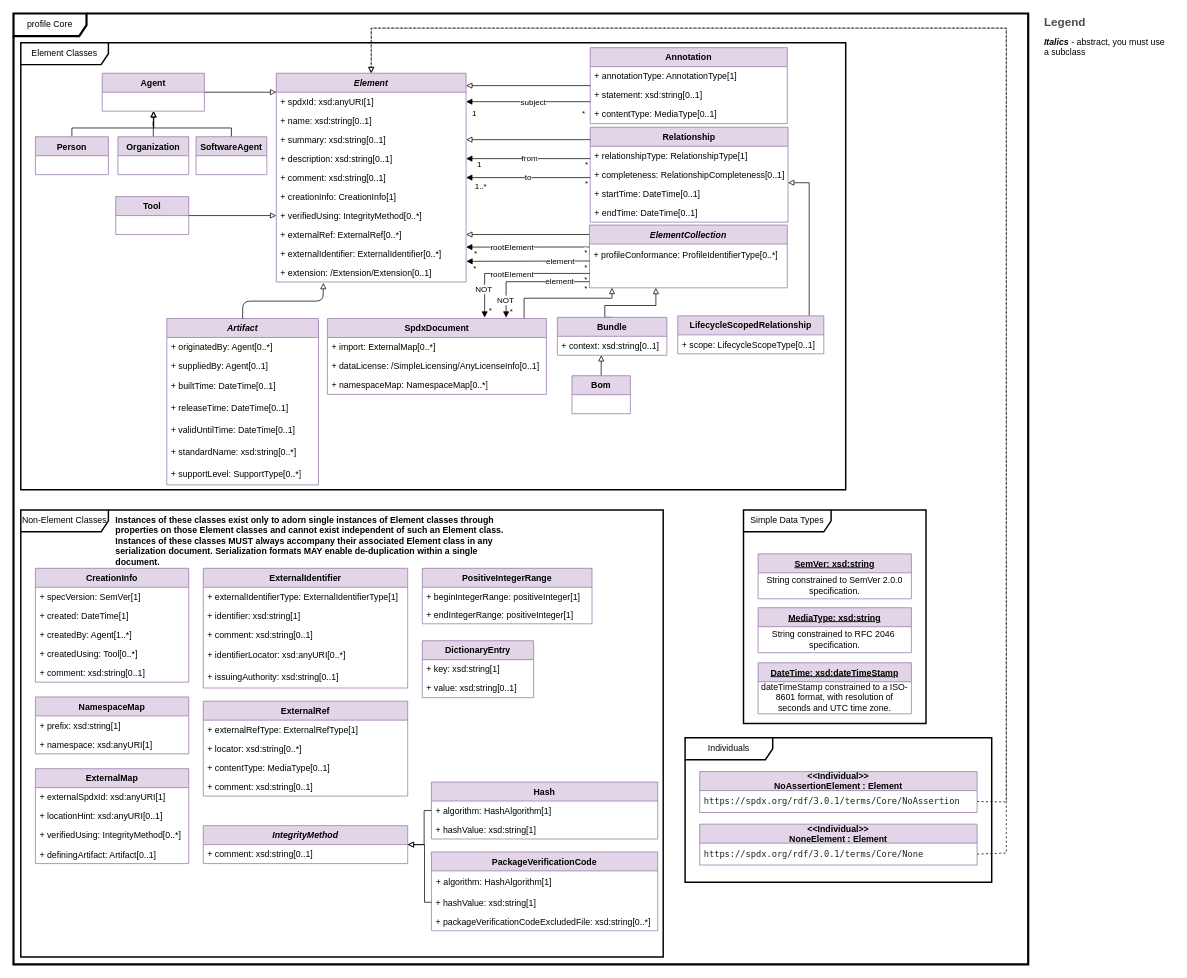
Earlier version of the draw.io diagram page "Core" (1 of 11) of model.drawio (spdx/spdx-3-model). Source tidied: cells renumbered, new cells numbered last; positions are measured from the earlier drawing's top-left corner, leaving out a move shared by most shapes. Both pictures are drawn from the tidied source at 73%, with x=0, y=0 at pixel (13, 13).
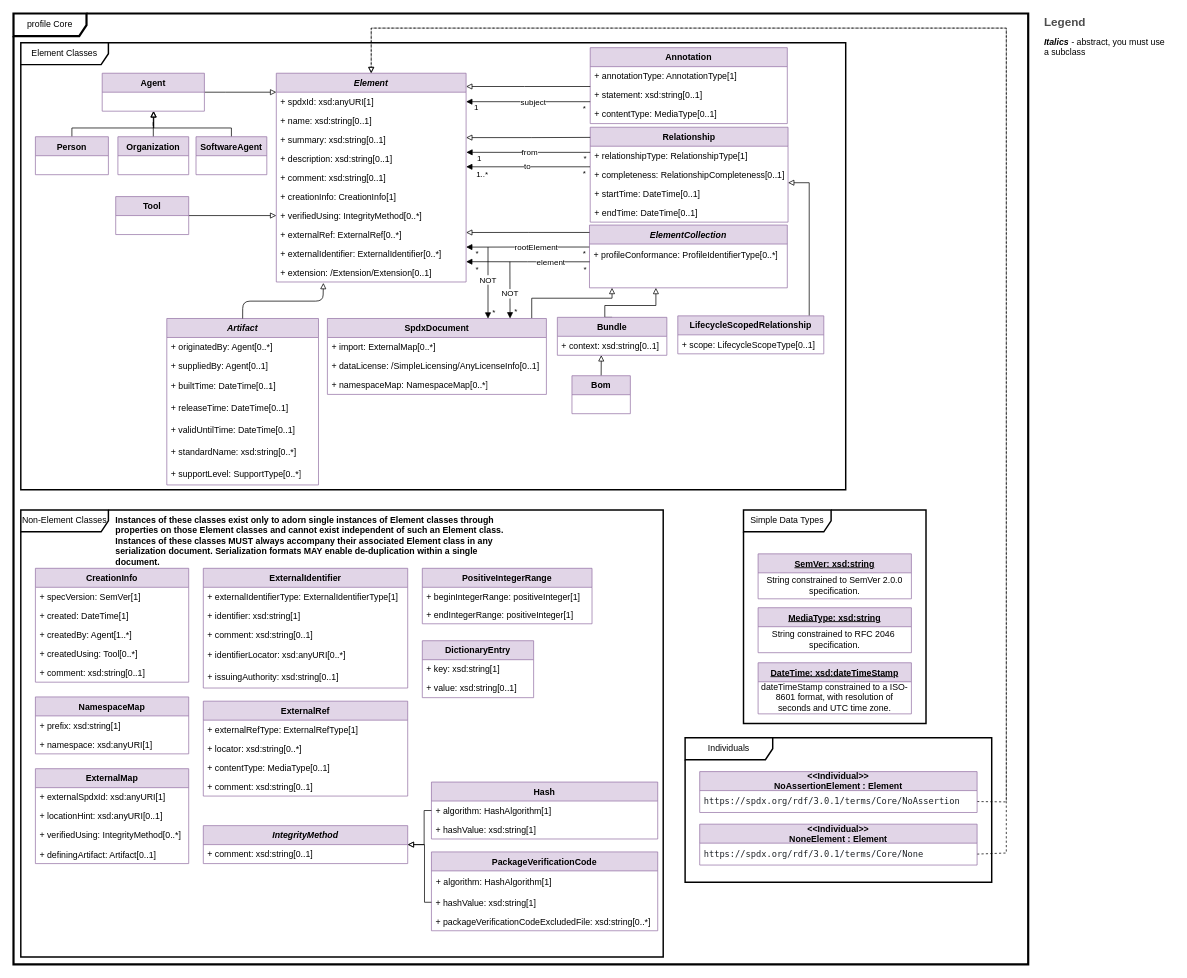
The same page after the edit.

Commit message (it also covers changes not shown here):
Merge again rootElement arrows, element arrows

The change refers to these unchanged cells:
```xml
<mxCell id="5" value="Element" style="swimlane;fontStyle=3;horizontal=1;startSize=26;fillColor=#e1d5e7;strokeColor=#9673a6;" parent="1" vertex="1">
  <mxGeometry x="360" y="81.8" width="260" height="286" as="geometry" />
</mxCell>
<mxCell id="8" value="+ summary: xsd:string[0..1]" style="text;strokeColor=none;fillColor=none;align=left;verticalAlign=top;spacingLeft=4;spacingRight=4;overflow=hidden;points=[[0,0.5],[1,0.5]];portConstraint=eastwest;" parent="5" vertex="1">
  <mxGeometry y="78" width="260" height="26" as="geometry" />
</mxCell>
<mxCell id="9" value="+ description: xsd:string[0..1]" style="text;strokeColor=none;fillColor=none;align=left;verticalAlign=top;spacingLeft=4;spacingRight=4;overflow=hidden;points=[[0,0.5],[1,0.5]];portConstraint=eastwest;" parent="5" vertex="1">
  <mxGeometry y="104" width="260" height="26" as="geometry" />
</mxCell>
<mxCell id="10" value="+ comment: xsd:string[0..1]" style="text;strokeColor=none;fillColor=none;align=left;verticalAlign=top;spacingLeft=4;spacingRight=4;overflow=hidden;points=[[0,0.5],[1,0.5]];portConstraint=eastwest;" parent="5" vertex="1">
  <mxGeometry y="130" width="260" height="26" as="geometry" />
</mxCell>
<mxCell id="13" value="+ externalRef: ExternalRef[0..*]" style="text;strokeColor=none;fillColor=none;align=left;verticalAlign=top;spacingLeft=4;spacingRight=4;overflow=hidden;points=[[0,0.5],[1,0.5]];portConstraint=eastwest;fontColor=#000000;" parent="5" vertex="1">
  <mxGeometry y="208" width="260" height="26" as="geometry" />
</mxCell>
<mxCell id="24" value="Annotation" style="swimlane;fontStyle=1;horizontal=1;startSize=26;fillColor=#e1d5e7;strokeColor=#9673a6;" parent="1" vertex="1">
  <mxGeometry x="790" y="46.8" width="270" height="104" as="geometry" />
</mxCell>
<mxCell id="28" value="Relationship" style="swimlane;fontStyle=1;horizontal=1;startSize=26;fillColor=#e1d5e7;strokeColor=#9673a6;" parent="1" vertex="1">
  <mxGeometry x="790" y="155.8" width="271" height="130" as="geometry" />
</mxCell>
<mxCell id="30" value="+ completeness: RelationshipCompleteness[0..1]" style="text;strokeColor=none;fillColor=none;align=left;verticalAlign=top;spacingLeft=4;spacingRight=4;overflow=hidden;points=[[0,0.5],[1,0.5]];portConstraint=eastwest;" parent="28" vertex="1">
  <mxGeometry y="52" width="271" height="26" as="geometry" />
</mxCell>
<mxCell id="33" value="ElementCollection" style="swimlane;fontStyle=3;horizontal=1;startSize=26;fillColor=#e1d5e7;strokeColor=#9673a6;" parent="1" vertex="1">
  <mxGeometry x="789" y="289.8" width="271" height="86" as="geometry" />
</mxCell>
<mxCell id="34" value="+ profileConformance: ProfileIdentifierType[0..*]" style="text;strokeColor=none;fillColor=none;align=left;verticalAlign=middle;spacingLeft=4;spacingRight=4;overflow=hidden;points=[[0,0.5],[1,0.5]];portConstraint=eastwest;whiteSpace=wrap;html=1;fontColor=#000000;" parent="33" vertex="1">
  <mxGeometry y="26" width="271" height="30" as="geometry" />
</mxCell>
<mxCell id="35" value="&lt;font color=&quot;#000000&quot;&gt;&amp;nbsp;&lt;/font&gt;" style="text;strokeColor=none;fillColor=none;align=left;verticalAlign=middle;spacingLeft=4;spacingRight=4;overflow=hidden;points=[[0,0.5],[1,0.5]];portConstraint=eastwest;whiteSpace=wrap;html=1;fontColor=#FF0000;" parent="33" vertex="1">
  <mxGeometry y="56" width="271" height="30" as="geometry" />
</mxCell>
<mxCell id="47" style="edgeStyle=orthogonalEdgeStyle;rounded=0;jettySize=auto;html=1;endArrow=block;endFill=1;exitX=-0.001;exitY=0.136;exitDx=0;exitDy=0;exitPerimeter=0;" parent="1" edge="1" source="34">
  <mxGeometry relative="1" as="geometry">
    <mxPoint x="620" y="320" as="targetPoint" />
  </mxGeometry>
</mxCell>
<mxCell id="51" style="edgeStyle=orthogonalEdgeStyle;rounded=0;jettySize=auto;html=1;endArrow=block;endFill=1;entryX=1;entryY=0.5;entryDx=0;entryDy=0;" parent="1" edge="1" source="24" target="6">
  <mxGeometry relative="1" as="geometry">
    <Array as="points">
      <mxPoint x="860" y="120.8" />
      <mxPoint x="860" y="120.8" />
    </Array>
  </mxGeometry>
</mxCell>
<mxCell id="69" value="SpdxDocument" style="swimlane;fontStyle=1;horizontal=1;startSize=26;fillColor=#e1d5e7;strokeColor=#9673a6;" parent="1" vertex="1">
  <mxGeometry x="430" y="417.8" width="300" height="104" as="geometry" />
</mxCell>
```

Change to the diagram source:
```diff
@@
-    <mxCell id="36" style="edgeStyle=orthogonalEdgeStyle;rounded=0;jettySize=auto;html=1;endArrow=block;endFill=1;entryX=1;entryY=0.5;entryDx=0;entryDy=0;" parent="1" edge="1" target="9">
+    <mxCell id="36" style="edgeStyle=orthogonalEdgeStyle;rounded=0;jettySize=auto;html=1;endArrow=block;endFill=1;entryX=1.001;entryY=0.169;entryDx=0;entryDy=0;entryPerimeter=0;" parent="1" edge="1" target="9">
       <mxGeometry relative="1" as="geometry">
-        <mxPoint x="790" y="198.8" as="sourcePoint" />
+        <mxPoint x="790" y="190" as="sourcePoint" />
         <Array as="points">
-          <mxPoint x="790" y="198.8" />
+          <mxPoint x="790" y="190" />
+          <mxPoint x="620" y="190" />
         </Array>
       </mxGeometry>
     </mxCell>
@@
     <mxCell id="39" value="*" style="edgeLabel;html=1;align=center;verticalAlign=middle;fontSize=11;" parent="36" vertex="1">
       <mxGeometry x="-0.93" y="-1" relative="1" as="geometry">
-        <mxPoint y="9" as="offset" />
+        <mxPoint x="-2" y="9" as="offset" />
       </mxGeometry>
     </mxCell>
-    <mxCell id="40" style="edgeStyle=orthogonalEdgeStyle;rounded=0;jettySize=auto;html=1;endArrow=block;endFill=1;entryX=1;entryY=0.5;entryDx=0;entryDy=0;" parent="1" edge="1" source="28" target="10">
+    <mxCell id="40" style="edgeStyle=orthogonalEdgeStyle;rounded=0;jettySize=auto;html=1;endArrow=block;endFill=1;exitX=-0.001;exitY=0.074;exitDx=0;exitDy=0;exitPerimeter=0;" parent="1" edge="1" source="30">
       <mxGeometry relative="1" as="geometry">
+        <mxPoint x="620" y="210" as="targetPoint" />
         <Array as="points">
-          <mxPoint x="750" y="224.8" />
-          <mxPoint x="750" y="224.8" />
+          <mxPoint x="620" y="210" />
         </Array>
       </mxGeometry>
     </mxCell>
     <mxCell id="41" value="1..*" style="edgeLabel;html=1;align=center;verticalAlign=middle;" parent="40" vertex="1">
       <mxGeometry x="0.76" y="-1" relative="1" as="geometry">
-        <mxPoint x="-1" y="13" as="offset" />
+        <mxPoint x="1" y="10" as="offset" />
       </mxGeometry>
     </mxCell>
@@
     <mxCell id="43" value="*" style="edgeLabel;html=1;align=center;verticalAlign=middle;fontSize=11;" parent="40" vertex="1">
       <mxGeometry x="-0.93" y="-1" relative="1" as="geometry">
-        <mxPoint y="9" as="offset" />
+        <mxPoint x="-2" y="9" as="offset" />
       </mxGeometry>
     </mxCell>
@@
-    <mxCell id="45" value="&lt;div&gt;&lt;br&gt;&lt;/div&gt;&lt;div&gt;&lt;br&gt;&lt;/div&gt;" style="endArrow=block;endSize=6;endFill=0;html=1;rounded=0;entryX=1;entryY=0.5;entryDx=0;entryDy=0;" parent="1" edge="1" target="8">
+    <mxCell id="45" value="&lt;div&gt;&lt;br&gt;&lt;/div&gt;&lt;div&gt;&lt;br&gt;&lt;/div&gt;" style="endArrow=block;endSize=6;endFill=0;html=1;rounded=0;exitX=0;exitY=0.107;exitDx=0;exitDy=0;exitPerimeter=0;" parent="1" edge="1" source="28">
       <mxGeometry relative="1" as="geometry">
-        <mxPoint x="790" y="172.8" as="sourcePoint" />
+        <mxPoint x="620" y="170" as="targetPoint" />
+        <Array as="points">
+          <mxPoint x="710" y="170" />
+        </Array>
       </mxGeometry>
     </mxCell>
-    <mxCell id="46" style="edgeStyle=orthogonalEdgeStyle;rounded=0;jettySize=auto;html=1;startSize=6;endArrow=block;endFill=0;endSize=6;entryX=1;entryY=0.5;entryDx=0;entryDy=0;exitX=-0.002;exitY=0.151;exitDx=0;exitDy=0;exitPerimeter=0;" parent="1" edge="1" source="33" target="13">
-      <mxGeometry relative="1" as="geometry" />
+    <mxCell id="46" style="edgeStyle=orthogonalEdgeStyle;rounded=0;jettySize=auto;html=1;startSize=6;endArrow=block;endFill=0;endSize=6;exitX=0;exitY=0.118;exitDx=0;exitDy=0;exitPerimeter=0;" parent="1" edge="1" source="33">
+      <mxGeometry relative="1" as="geometry">
+        <mxPoint x="620" y="300" as="targetPoint" />
+      </mxGeometry>
     </mxCell>
@@
     <mxCell id="48" value="*" style="edgeLabel;html=1;align=center;verticalAlign=middle;" parent="47" vertex="1">
       <mxGeometry x="-0.9" y="4" relative="1" as="geometry">
-        <mxPoint x="3" y="3" as="offset" />
+        <mxPoint x="1" y="4" as="offset" />
       </mxGeometry>
     </mxCell>
     <mxCell id="49" value="*" style="edgeLabel;html=1;align=center;verticalAlign=middle;" parent="47" vertex="1">
       <mxGeometry x="0.87" y="1" relative="1" as="geometry">
-        <mxPoint x="1" y="6" as="offset" />
+        <mxPoint x="3" y="7" as="offset" />
       </mxGeometry>
     </mxCell>
     <mxCell id="50" value="rootElement" style="edgeLabel;html=1;align=center;verticalAlign=middle;" parent="47" vertex="1">
       <mxGeometry x="0.48" y="1" relative="1" as="geometry">
-        <mxPoint x="18" y="-2" as="offset" />
+        <mxPoint x="51" y="-2" as="offset" />
       </mxGeometry>
     </mxCell>
@@
     <mxCell id="52" value="*" style="edgeLabel;html=1;align=center;verticalAlign=middle;" parent="51" vertex="1">
       <mxGeometry x="0.89" y="-1" relative="1" as="geometry">
-        <mxPoint x="151" y="17" as="offset" />
+        <mxPoint x="152" y="10" as="offset" />
       </mxGeometry>
     </mxCell>
     <mxCell id="53" value="1" style="edgeLabel;html=1;align=center;verticalAlign=middle;" parent="51" vertex="1">
       <mxGeometry x="-0.94" y="-3" relative="1" as="geometry">
-        <mxPoint x="-155" y="19" as="offset" />
+        <mxPoint x="-152" y="11" as="offset" />
       </mxGeometry>
     </mxCell>
@@
     <mxCell id="55" style="edgeStyle=orthogonalEdgeStyle;rounded=0;jettySize=auto;html=1;endArrow=block;endFill=0;" parent="1" edge="1" source="24" target="5">
       <mxGeometry relative="1" as="geometry">
         <Array as="points">
-          <mxPoint x="900" y="86.8" />
-          <mxPoint x="900" y="86.8" />
+          <mxPoint x="700" y="100" />
+          <mxPoint x="700" y="100" />
         </Array>
       </mxGeometry>
     </mxCell>
@@
-    <mxCell id="58" style="edgeStyle=orthogonalEdgeStyle;rounded=0;orthogonalLoop=1;jettySize=auto;html=1;endArrow=block;endFill=1;entryX=1.001;entryY=0.835;entryDx=0;entryDy=0;entryPerimeter=0;" parent="1" edge="1">
+    <mxCell id="58" style="edgeStyle=orthogonalEdgeStyle;rounded=0;jettySize=auto;html=1;endArrow=block;endFill=1;exitX=0.001;exitY=0.811;exitDx=0;exitDy=0;exitPerimeter=0;" parent="1" edge="1" source="34">
       <mxGeometry x="-0.18" relative="1" as="geometry">
-        <mxPoint x="789" y="339" as="sourcePoint" />
-        <mxPoint x="620.3" y="339.5" as="targetPoint" />
+        <mxPoint x="620" y="340" as="targetPoint" />
         <Array as="points">
-          <mxPoint x="789" y="339" />
-          <mxPoint x="640" y="339" />
+          <mxPoint x="704" y="340" />
+          <mxPoint x="621" y="340" />
         </Array>
       </mxGeometry>
     </mxCell>
     <mxCell id="59" value="*" style="edgeLabel;html=1;align=center;verticalAlign=middle;labelBackgroundColor=none;" parent="58" vertex="1">
       <mxGeometry x="0.79" y="-3" relative="1" as="geometry">
-        <mxPoint x="-6" y="12" as="offset" />
+        <mxPoint x="-4" y="12" as="offset" />
       </mxGeometry>
     </mxCell>
     <mxCell id="60" value="*" style="edgeLabel;html=1;align=center;verticalAlign=middle;" parent="58" vertex="1">
       <mxGeometry x="-0.9" relative="1" as="geometry">
-        <mxPoint x="2" y="8" as="offset" />
+        <mxPoint x="1" y="9" as="offset" />
       </mxGeometry>
     </mxCell>
     <mxCell id="61" value="element" style="edgeLabel;html=1;align=center;verticalAlign=middle;" parent="58" vertex="1">
       <mxGeometry x="-0.38" y="1" relative="1" as="geometry">
-        <mxPoint x="11" y="-1" as="offset" />
+        <mxPoint x="-2" y="-1" as="offset" />
       </mxGeometry>
     </mxCell>
@@
-    <mxCell id="68" style="edgeStyle=orthogonalEdgeStyle;rounded=0;jettySize=auto;html=1;endArrow=block;endFill=0;exitX=0.898;exitY=0.01;exitDx=0;exitDy=0;exitPerimeter=0;entryX=0.114;entryY=0.999;entryDx=0;entryDy=0;entryPerimeter=0;" parent="1" edge="1" source="69" target="35">
+    <mxCell id="68" style="edgeStyle=orthogonalEdgeStyle;rounded=0;jettySize=auto;html=1;endArrow=block;endFill=0;exitX=0.933;exitY=-0.001;exitDx=0;exitDy=0;exitPerimeter=0;entryX=0.114;entryY=0.999;entryDx=0;entryDy=0;entryPerimeter=0;" parent="1" edge="1" source="69" target="35">
       <mxGeometry relative="1" as="geometry">
         <Array as="points">
-          <mxPoint x="699" y="390" />
+          <mxPoint x="710" y="390" />
           <mxPoint x="820" y="390" />
         </Array>
       </mxGeometry>
     </mxCell>
@@
-    <mxCell id="126" style="edgeStyle=orthogonalEdgeStyle;rounded=0;jettySize=auto;html=1;endArrow=block;endFill=1;entryX=0.718;entryY=-0.011;entryDx=0;entryDy=0;exitX=0.002;exitY=0.342;exitDx=0;exitDy=0;exitPerimeter=0;entryPerimeter=0;" parent="1" edge="1" source="35" target="69">
+    <mxCell id="126" style="edgeStyle=orthogonalEdgeStyle;rounded=0;orthogonalLoop=1;jettySize=auto;html=1;endArrow=block;endFill=1;" parent="1" edge="1">
       <mxGeometry relative="1" as="geometry">
+        <mxPoint x="650" y="320" as="sourcePoint" />
+        <mxPoint x="650" y="418" as="targetPoint" />
         <Array as="points">
-          <mxPoint x="645" y="356" />
+          <mxPoint x="650" y="418" />
         </Array>
       </mxGeometry>
     </mxCell>
     <mxCell id="127" value="NOT" style="edgeLabel;html=1;align=center;verticalAlign=middle;" parent="126" vertex="1">
       <mxGeometry x="0.08" y="-2" relative="1" as="geometry">
-        <mxPoint x="-35" y="23" as="offset" />
+        <mxPoint x="1" y="-9" as="offset" />
       </mxGeometry>
     </mxCell>
-    <mxCell id="128" value="rootElement" style="edgeLabel;html=1;align=center;verticalAlign=middle;" parent="126" vertex="1">
-      <mxGeometry x="0.25" y="2" relative="1" as="geometry">
-        <mxPoint x="21" y="-2" as="offset" />
-      </mxGeometry>
-    </mxCell>
     <mxCell id="129" value="*" style="edgeLabel;html=1;align=center;verticalAlign=middle;" parent="126" vertex="1">
       <mxGeometry x="0.85" y="1" relative="1" as="geometry">
-        <mxPoint x="6" y="6" as="offset" />
+        <mxPoint x="6" y="-3" as="offset" />
       </mxGeometry>
     </mxCell>
-    <mxCell id="130" value="*" style="edgeLabel;html=1;align=center;verticalAlign=middle;" parent="126" vertex="1">
-      <mxGeometry x="-0.85" relative="1" as="geometry">
-        <mxPoint x="9" y="7" as="offset" />
-      </mxGeometry>
-    </mxCell>
-    <mxCell id="131" style="edgeStyle=orthogonalEdgeStyle;rounded=0;jettySize=auto;html=1;endArrow=block;endFill=1;exitX=0;exitY=0.721;exitDx=0;exitDy=0;exitPerimeter=0;entryX=0.816;entryY=-0.011;entryDx=0;entryDy=0;entryPerimeter=0;" parent="1" edge="1" source="35" target="69">
+    <mxCell id="131" style="edgeStyle=orthogonalEdgeStyle;rounded=0;jettySize=auto;html=1;endArrow=block;endFill=1;entryX=0.834;entryY=0;entryDx=0;entryDy=0;entryPerimeter=0;" parent="1" edge="1" target="69">
       <mxGeometry x="0.66" relative="1" as="geometry">
+        <mxPoint x="680" y="340" as="sourcePoint" />
         <Array as="points">
-          <mxPoint x="675" y="367" />
+          <mxPoint x="680" y="340" />
         </Array>
       </mxGeometry>
     </mxCell>
     <mxCell id="132" value="*" style="edgeLabel;html=1;align=center;verticalAlign=middle;labelBackgroundColor=none;" parent="131" vertex="1">
       <mxGeometry x="0.79" y="-3" relative="1" as="geometry">
-        <mxPoint x="10" y="8" as="offset" />
+        <mxPoint x="10" y="-3" as="offset" />
       </mxGeometry>
     </mxCell>
-    <mxCell id="133" value="*" style="edgeLabel;html=1;align=center;verticalAlign=middle;" parent="131" vertex="1">
-      <mxGeometry x="-0.9" relative="1" as="geometry">
-        <mxPoint x="2" y="8" as="offset" />
-      </mxGeometry>
-    </mxCell>
-    <mxCell id="134" value="element" style="edgeLabel;html=1;align=center;verticalAlign=middle;" parent="131" vertex="1">
-      <mxGeometry x="0.02" y="1" relative="1" as="geometry">
-        <mxPoint x="42" y="-2" as="offset" />
-      </mxGeometry>
-    </mxCell>
     <mxCell id="135" value="NOT" style="edgeLabel;html=1;align=center;verticalAlign=middle;" parent="131" vertex="1">
       <mxGeometry x="0.71" y="1" relative="1" as="geometry">
-        <mxPoint x="-2" y="-1" as="offset" />
+        <mxPoint x="-2" y="-23" as="offset" />
       </mxGeometry>
     </mxCell>
```
